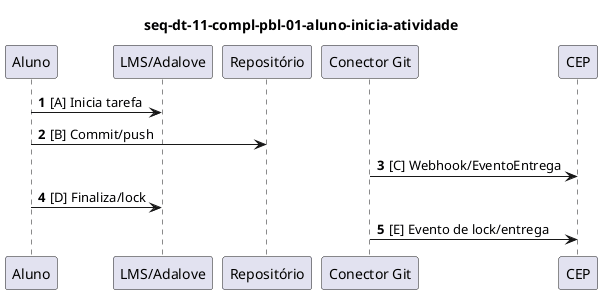
This is projeto/assets/seq/seq-dt-11-compl-pbl-01-aluno-inicia-atividade.png from afonsolelis/pesquisa_modelo_gd_apb, a PlantUML export, as it was before one commit.
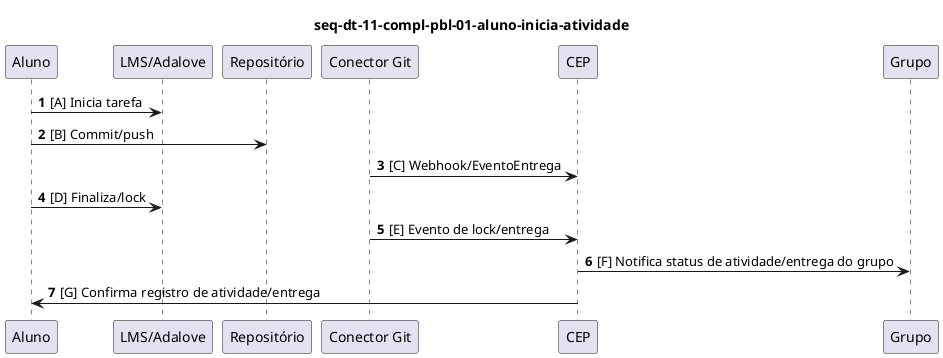
After the commit.

Change to the diagram source:
```diff
@@ -11,4 +11,6 @@
 Conector_Git -> CEP : [C] Webhook/EventoEntrega
 Aluno -> LMS_Adalove : [D] Finaliza/lock
 Conector_Git -> CEP : [E] Evento de lock/entrega
+CEP -> Grupo : [F] Notifica status de atividade/entrega do grupo
+CEP -> Aluno : [G] Confirma registro de atividade/entrega
 @enduml
```
